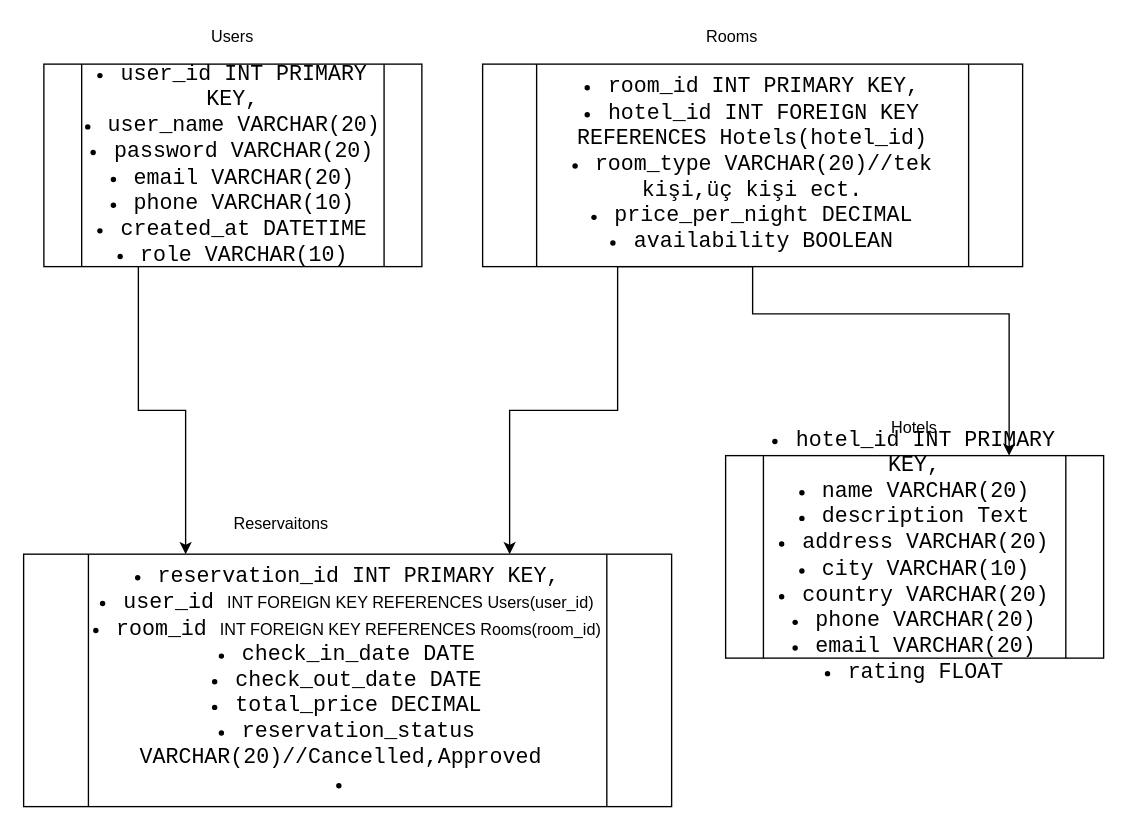
Above: page "Tables of DB" (2 of 5) of Başlıksız Diyagram.drawio in nubaronat/HotelReservation (draw.io), before the change. Source tidied: cells renumbered, new cells numbered last; positions are measured from the earlier drawing's top-left corner, leaving out a move shared by most shapes. Both pictures are drawn from the tidied source at 135%, with x=0, y=0 at pixel (23, 23).
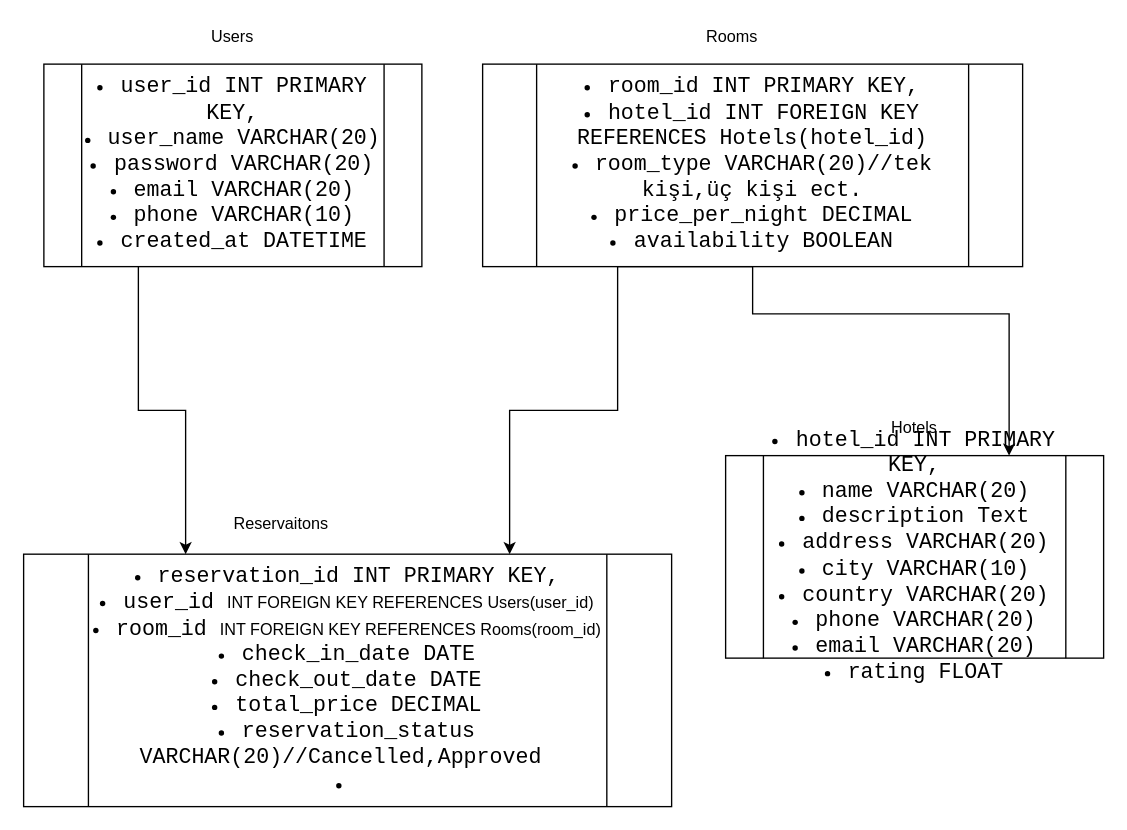
Above is the later version.

What changed in the source:
```diff
@@
 <mxGraphModel>
   <root>
     <mxCell id="0" />
     <mxCell id="1" parent="0" />
     <mxCell id="2" style="group;" parent="1" vertex="1">
       <mxGeometry x="520" y="290" width="280" height="180" as="geometry" />
     </mxCell>
     <mxCell id="3" value="&lt;li&gt;&lt;font size=&quot;3&quot; face=&quot;monospace&quot;&gt;hotel_id INT PRIMARY KEY,&lt;/font&gt;&lt;/li&gt;&lt;li&gt;&lt;font size=&quot;3&quot; face=&quot;monospace&quot;&gt;name VARCHAR(20)&lt;/font&gt;&lt;/li&gt;&lt;li&gt;&lt;font size=&quot;3&quot; face=&quot;monospace&quot;&gt;description Text&lt;/font&gt;&lt;/li&gt;&lt;li&gt;&lt;font size=&quot;3&quot; face=&quot;monospace&quot;&gt;address VARCHAR(20)&lt;/font&gt;&lt;/li&gt;&lt;li&gt;&lt;font size=&quot;3&quot; face=&quot;monospace&quot;&gt;city VARCHAR(10)&lt;/font&gt;&lt;/li&gt;&lt;li&gt;&lt;font size=&quot;3&quot; face=&quot;monospace&quot;&gt;country VARCHAR(20)&lt;/font&gt;&lt;/li&gt;&lt;li&gt;&lt;font size=&quot;3&quot; face=&quot;monospace&quot;&gt;phone VARCHAR(20)&lt;/font&gt;&lt;/li&gt;&lt;li&gt;&lt;font size=&quot;3&quot; face=&quot;monospace&quot;&gt;email VARCHAR(20)&lt;/font&gt;&lt;/li&gt;&lt;li&gt;&lt;font size=&quot;3&quot; face=&quot;monospace&quot;&gt;rating FLOAT&lt;/font&gt;&lt;/li&gt;" style="shape=process;whiteSpace=wrap;html=1;backgroundOutline=1;" parent="2" vertex="1">
       <mxGeometry y="30" width="280" height="150" as="geometry" />
     </mxCell>
     <mxCell id="4" value="Hotels" style="text;html=1;align=center;verticalAlign=middle;whiteSpace=wrap;rounded=0;" parent="2" vertex="1">
       <mxGeometry x="85" width="110" height="20" as="geometry" />
     </mxCell>
     <mxCell id="5" style="group;" parent="1" vertex="1">
       <mxGeometry x="15" width="280" height="180" as="geometry" />
     </mxCell>
-    <mxCell id="6" value="&lt;li&gt;&lt;font size=&quot;3&quot; face=&quot;monospace&quot;&gt;user_id INT PRIMARY KEY,&lt;/font&gt;&lt;/li&gt;&lt;li&gt;&lt;font size=&quot;3&quot; face=&quot;monospace&quot;&gt;user_name VARCHAR(20)&lt;/font&gt;&lt;/li&gt;&lt;li&gt;&lt;font size=&quot;3&quot; face=&quot;monospace&quot;&gt;password VARCHAR(20)&lt;/font&gt;&lt;/li&gt;&lt;li&gt;&lt;font size=&quot;3&quot; face=&quot;monospace&quot;&gt;email VARCHAR(20)&lt;/font&gt;&lt;/li&gt;&lt;li&gt;&lt;font size=&quot;3&quot; face=&quot;monospace&quot;&gt;phone VARCHAR(10)&lt;/font&gt;&lt;/li&gt;&lt;li&gt;&lt;font size=&quot;3&quot; face=&quot;monospace&quot;&gt;created_at DATETIME&lt;/font&gt;&lt;/li&gt;&lt;li&gt;&lt;font size=&quot;3&quot; face=&quot;monospace&quot;&gt;role VARCHAR(10)&lt;/font&gt;&lt;/li&gt;" style="shape=process;whiteSpace=wrap;html=1;backgroundOutline=1;" parent="5" vertex="1">
+    <mxCell id="6" value="&lt;li&gt;&lt;font size=&quot;3&quot; face=&quot;monospace&quot;&gt;user_id INT PRIMARY KEY,&lt;/font&gt;&lt;/li&gt;&lt;li&gt;&lt;font size=&quot;3&quot; face=&quot;monospace&quot;&gt;user_name VARCHAR(20)&lt;/font&gt;&lt;/li&gt;&lt;li&gt;&lt;font size=&quot;3&quot; face=&quot;monospace&quot;&gt;password VARCHAR(20)&lt;/font&gt;&lt;/li&gt;&lt;li&gt;&lt;font size=&quot;3&quot; face=&quot;monospace&quot;&gt;email VARCHAR(20)&lt;/font&gt;&lt;/li&gt;&lt;li&gt;&lt;font size=&quot;3&quot; face=&quot;monospace&quot;&gt;phone VARCHAR(10)&lt;/font&gt;&lt;/li&gt;&lt;li&gt;&lt;font size=&quot;3&quot; face=&quot;monospace&quot;&gt;created_at DATETIME&lt;/font&gt;&lt;/li&gt;" style="shape=process;whiteSpace=wrap;html=1;backgroundOutline=1;" parent="5" vertex="1">
       <mxGeometry y="30" width="280" height="150" as="geometry" />
     </mxCell>
     <mxCell id="7" value="Users" style="text;html=1;align=center;verticalAlign=middle;whiteSpace=wrap;rounded=0;" parent="5" vertex="1">
       <mxGeometry x="85" width="110" height="20" as="geometry" />
     </mxCell>
     <mxCell id="8" style="group;" parent="1" vertex="1">
       <mxGeometry x="340" width="400" height="180" as="geometry" />
     </mxCell>
     <mxCell id="9" value="&lt;li&gt;&lt;font size=&quot;3&quot; face=&quot;monospace&quot;&gt;room_id INT PRIMARY KEY,&lt;/font&gt;&lt;/li&gt;&lt;li&gt;&lt;font size=&quot;3&quot; face=&quot;monospace&quot;&gt;hotel_id INT FOREIGN KEY REFERENCES Hotels(hotel_id)&lt;/font&gt;&lt;/li&gt;&lt;li&gt;&lt;font size=&quot;3&quot; face=&quot;monospace&quot;&gt;room_type VARCHAR(20)//tek kişi,üç kişi ect.&lt;/font&gt;&lt;/li&gt;&lt;li&gt;&lt;font size=&quot;3&quot; face=&quot;monospace&quot;&gt;price_per_night DECIMAL&lt;/font&gt;&lt;/li&gt;&lt;li&gt;&lt;font size=&quot;3&quot; face=&quot;monospace&quot;&gt;availability BOOLEAN&lt;/font&gt;&lt;/li&gt;" style="shape=process;whiteSpace=wrap;html=1;backgroundOutline=1;" parent="8" vertex="1">
       <mxGeometry y="30" width="400" height="150" as="geometry" />
     </mxCell>
     <mxCell id="10" value="Rooms" style="text;html=1;align=center;verticalAlign=middle;whiteSpace=wrap;rounded=0;" parent="8" vertex="1">
       <mxGeometry x="130" width="110" height="20" as="geometry" />
     </mxCell>
     <mxCell id="11" style="group;" parent="1" vertex="1">
       <mxGeometry y="360" width="480" height="220" as="geometry" />
     </mxCell>
     <mxCell id="12" value="&lt;li&gt;&lt;font size=&quot;3&quot; face=&quot;monospace&quot;&gt;reservation_id INT PRIMARY KEY,&lt;/font&gt;&lt;/li&gt;&lt;li&gt;&lt;font size=&quot;3&quot; face=&quot;monospace&quot;&gt;user_id&amp;nbsp;&lt;/font&gt;INT FOREIGN KEY REFERENCES Users(user_id)&lt;/li&gt;&lt;li&gt;&lt;font size=&quot;3&quot; face=&quot;monospace&quot;&gt;room_id&amp;nbsp;&lt;/font&gt;INT FOREIGN KEY REFERENCES Rooms(room_id)&lt;/li&gt;&lt;li&gt;&lt;font size=&quot;3&quot; face=&quot;monospace&quot;&gt;check_in_date DATE&lt;/font&gt;&lt;/li&gt;&lt;li&gt;&lt;font size=&quot;3&quot; face=&quot;monospace&quot;&gt;check_out_date DATE&lt;/font&gt;&lt;/li&gt;&lt;li&gt;&lt;font size=&quot;3&quot; face=&quot;monospace&quot;&gt;total_price DECIMAL&lt;/font&gt;&lt;/li&gt;&lt;li&gt;&lt;font size=&quot;3&quot; face=&quot;monospace&quot;&gt;reservation_status VARCHAR(20)//Cancelled,Approved&amp;nbsp;&lt;/font&gt;&lt;/li&gt;&lt;li&gt;&lt;font size=&quot;3&quot; face=&quot;monospace&quot;&gt;&lt;br&gt;&lt;/font&gt;&lt;/li&gt;" style="shape=process;whiteSpace=wrap;html=1;backgroundOutline=1;" parent="11" vertex="1">
       <mxGeometry y="33" width="480" height="187" as="geometry" />
     </mxCell>
     <mxCell id="13" value="Reservaitons" style="text;html=1;align=center;verticalAlign=middle;whiteSpace=wrap;rounded=0;" parent="11" vertex="1">
       <mxGeometry x="137.1" width="107.8" height="22" as="geometry" />
     </mxCell>
     <mxCell id="14" style="edgeStyle=orthogonalEdgeStyle;rounded=0;jettySize=auto;html=1;exitX=0.25;exitY=1;exitDx=0;exitDy=0;entryX=0.75;entryY=0;entryDx=0;entryDy=0;" parent="1" edge="1" source="9" target="3">
       <mxGeometry relative="1" as="geometry">
         <Array as="points">
           <mxPoint x="540" y="180" />
           <mxPoint x="540" y="215" />
           <mxPoint x="730" y="215" />
         </Array>
       </mxGeometry>
     </mxCell>
     <mxCell id="15" style="edgeStyle=orthogonalEdgeStyle;rounded=0;jettySize=auto;html=1;exitX=0.25;exitY=1;exitDx=0;exitDy=0;entryX=0.75;entryY=0;entryDx=0;entryDy=0;" parent="1" edge="1" source="9" target="12">
       <mxGeometry relative="1" as="geometry" />
     </mxCell>
     <mxCell id="16" style="edgeStyle=orthogonalEdgeStyle;rounded=0;jettySize=auto;html=1;exitX=0.25;exitY=1;exitDx=0;exitDy=0;entryX=0.25;entryY=0;entryDx=0;entryDy=0;" parent="1" edge="1" source="6" target="12">
       <mxGeometry relative="1" as="geometry" />
     </mxCell>
   </root>
 </mxGraphModel>
```
